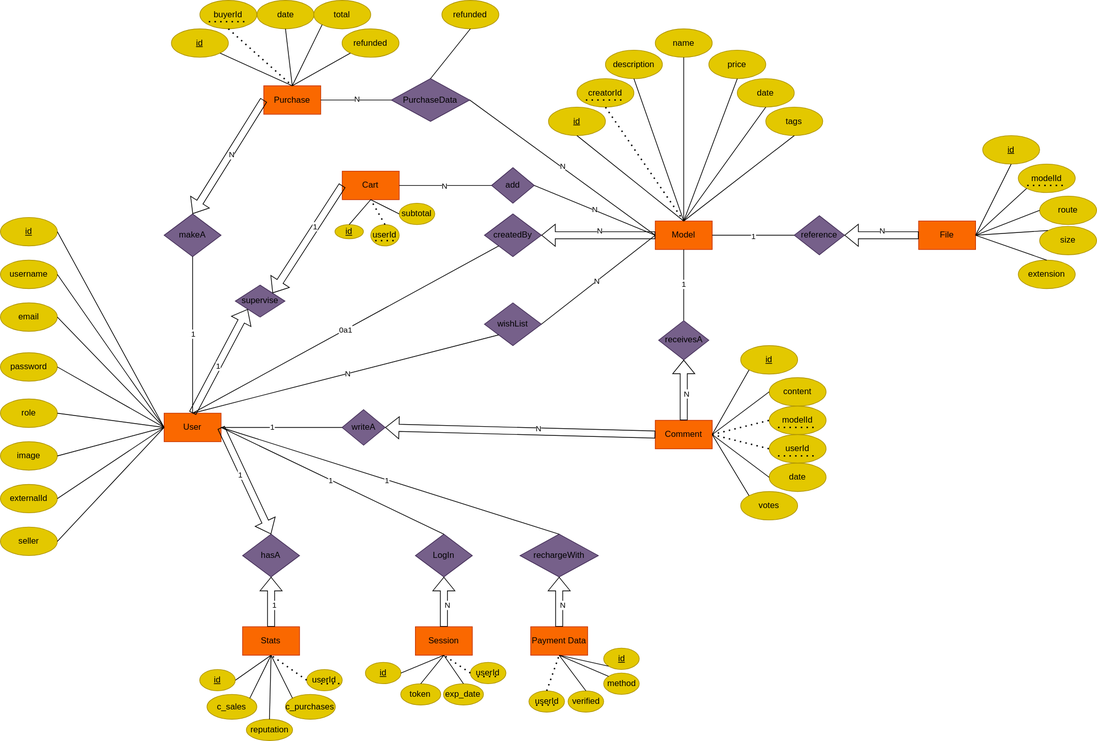
Above: docs/design/tridi.diagrama.svg in IIC2513/Tridi_frontend_26-1 (draw.io), before the change. Source tidied: cells renumbered, new cells last; positions are measured from the earlier drawing's top-left corner, leaving out a move shared by most shapes.
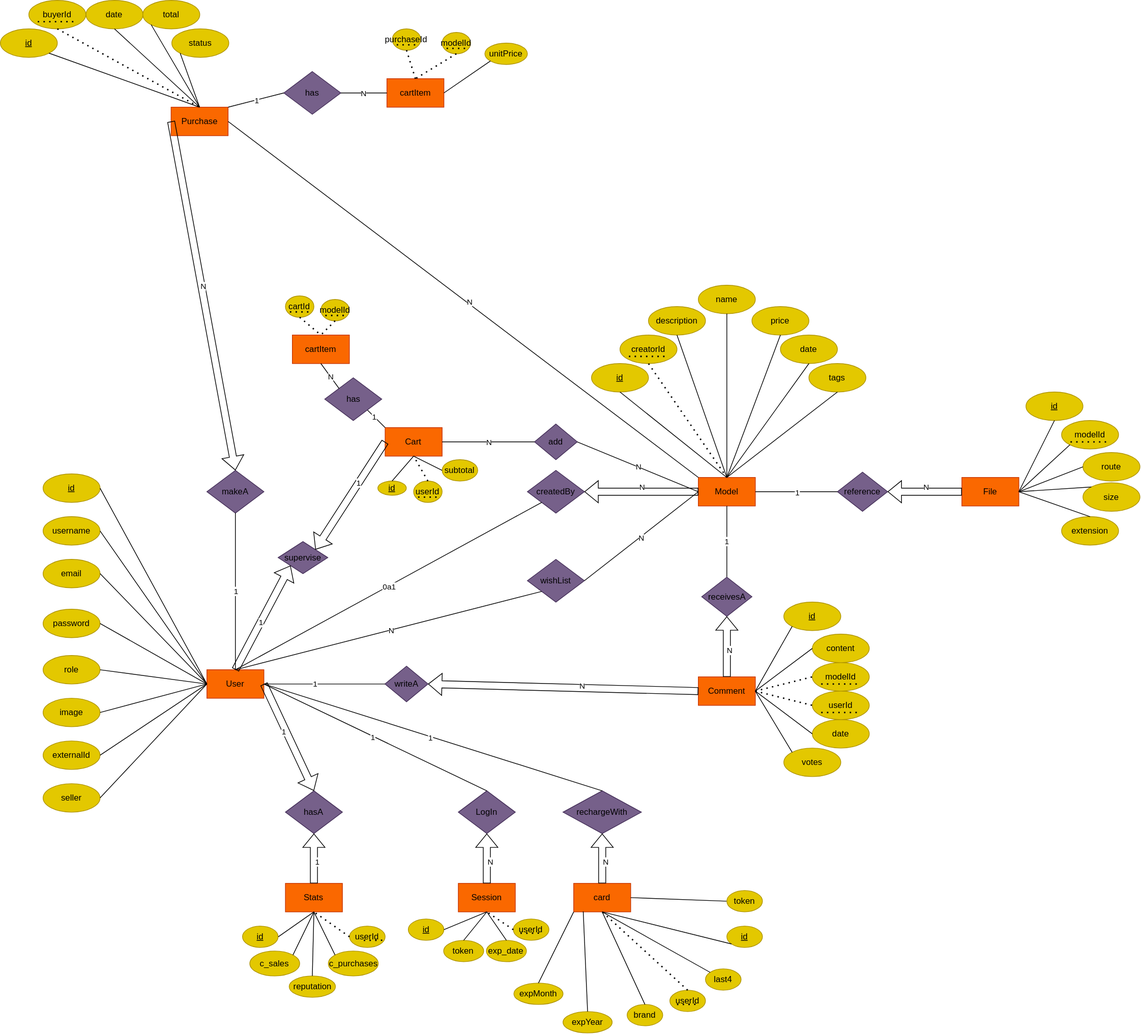
Above is the later version.

Commit message:
chore(docs/E/R): actualizado diagrama E/R

Change to the diagram source:
```diff
@@ -132,7 +132,7 @@
       <mxGeometry x="583" y="880" width="80" height="40" as="geometry" />
     </mxCell>
     <mxCell id="42" value="Purchase" style="rounded=0;whiteSpace=wrap;html=1;fillColor=#fa6800;strokeColor=#C73500;strokeWidth=1;fontColor=#000000;" parent="1" vertex="1">
-      <mxGeometry x="370" y="120" width="80" height="40" as="geometry" />
+      <mxGeometry x="179.8" y="-210" width="80" height="40" as="geometry" />
     </mxCell>
     <mxCell id="43" value="wishList" style="rhombus;whiteSpace=wrap;html=1;fillColor=#76608a;strokeColor=#432D57;fontColor=#000000;" parent="1" vertex="1">
       <mxGeometry x="680" y="425" width="80" height="60" as="geometry" />
@@ -173,9 +173,6 @@
     <mxCell id="55" value="&lt;font color=&quot;#000000&quot;&gt;votes&lt;/font&gt;" style="ellipse;whiteSpace=wrap;html=1;fillColor=#e3c800;strokeColor=#B09500;fontColor=#000000;" parent="1" vertex="1">
       <mxGeometry x="1040" y="690" width="80" height="40" as="geometry" />
     </mxCell>
-    <mxCell id="56" value="PurchaseData" style="rhombus;whiteSpace=wrap;html=1;fillColor=#76608a;strokeColor=#432D57;fontColor=#000000;" parent="1" vertex="1">
-      <mxGeometry x="549.2" y="110" width="110" height="60" as="geometry" />
-    </mxCell>
     <mxCell id="57" value="makeA" style="rhombus;whiteSpace=wrap;html=1;fillColor=#76608a;strokeColor=#432D57;fontColor=#000000;" parent="1" vertex="1">
       <mxGeometry x="230" y="300" width="80" height="60" as="geometry" />
     </mxCell>
@@ -203,18 +200,12 @@
     <mxCell id="65" value="N" style="edgeLabel;html=1;align=center;verticalAlign=middle;" parent="64" vertex="1">
       <mxGeometry x="-0.06" y="2" relative="1" as="geometry" />
     </mxCell>
-    <mxCell id="66" style="endArrow=none;html=1;rounded=0;entryX=0;entryY=0.5;entryDx=0;entryDy=0;exitX=1;exitY=0.5;exitDx=0;exitDy=0;" parent="1" edge="1" source="42" target="56">
+    <mxCell id="66" style="endArrow=none;html=1;rounded=0;entryX=0;entryY=0;entryDx=0;entryDy=0;exitX=1;exitY=0.5;exitDx=0;exitDy=0;" parent="1" edge="1" source="42" target="9">
       <mxGeometry relative="1" as="geometry" />
     </mxCell>
     <mxCell id="67" value="N" style="edgeLabel;html=1;align=center;verticalAlign=middle;" parent="66" vertex="1">
       <mxGeometry x="0.02" y="2" relative="1" as="geometry" />
     </mxCell>
-    <mxCell id="68" style="endArrow=none;html=1;rounded=0;entryX=0;entryY=0.5;entryDx=0;entryDy=0;exitX=1;exitY=0.5;exitDx=0;exitDy=0;" parent="1" edge="1" source="56" target="9">
-      <mxGeometry relative="1" as="geometry" />
-    </mxCell>
-    <mxCell id="69" value="N" style="edgeLabel;html=1;align=center;verticalAlign=middle;" parent="68" vertex="1">
-      <mxGeometry x="-0.01" y="2" relative="1" as="geometry" />
-    </mxCell>
     <mxCell id="70" style="shape=flexArrow;endArrow=classic;html=1;rounded=0;entryX=1;entryY=0.5;entryDx=0;entryDy=0;exitX=0;exitY=0.5;exitDx=0;exitDy=0;" parent="1" edge="1" source="9" target="10">
       <mxGeometry relative="1" as="geometry" />
     </mxCell>
@@ -236,17 +227,17 @@
     <mxCell id="76" value="LogIn" style="rhombus;whiteSpace=wrap;html=1;fillColor=#76608a;strokeColor=#432D57;fontColor=#000000;" parent="1" vertex="1">
       <mxGeometry x="583" y="750" width="80" height="60" as="geometry" />
     </mxCell>
-    <mxCell id="77" value="Payment Data" style="rounded=0;whiteSpace=wrap;html=1;fillColor=#fa6800;strokeColor=#C73500;strokeWidth=1;fontColor=#000000;" parent="1" vertex="1">
+    <mxCell id="77" value="card" style="rounded=0;whiteSpace=wrap;html=1;fillColor=#fa6800;strokeColor=#C73500;strokeWidth=1;fontColor=#000000;" parent="1" vertex="1">
       <mxGeometry x="745" y="880" width="80" height="40" as="geometry" />
     </mxCell>
     <mxCell id="78" value="rechargeWith" style="rhombus;whiteSpace=wrap;html=1;fillColor=#76608a;strokeColor=#432D57;fontColor=#000000;" parent="1" vertex="1">
       <mxGeometry x="730" y="750" width="110" height="60" as="geometry" />
     </mxCell>
     <mxCell id="79" value="&lt;font style=&quot;color: rgb(0, 0, 0);&quot;&gt;&lt;u&gt;id&lt;/u&gt;&lt;/font&gt;" style="ellipse;whiteSpace=wrap;html=1;fillColor=#e3c800;strokeColor=#B09500;fontColor=#000000;" parent="1" vertex="1">
-      <mxGeometry x="240.2" y="40" width="80" height="40" as="geometry" />
+      <mxGeometry x="-60" y="-320" width="80" height="40" as="geometry" />
     </mxCell>
     <mxCell id="80" style="group;" parent="1" vertex="1">
-      <mxGeometry x="280.2" width="80" height="40" as="geometry" />
+      <mxGeometry x="-20" y="-360" width="80" height="40" as="geometry" />
     </mxCell>
     <mxCell id="81" value="&lt;font color=&quot;#000000&quot;&gt;buyerId&lt;/font&gt;" style="ellipse;whiteSpace=wrap;html=1;fillColor=#e3c800;strokeColor=#B09500;fontColor=#000000;perimeterSpacing=0;" parent="80" vertex="1">
       <mxGeometry width="80" height="40" as="geometry" />
@@ -261,10 +252,10 @@
       </mxGeometry>
     </mxCell>
     <mxCell id="83" value="&lt;font color=&quot;#000000&quot;&gt;date&lt;/font&gt;" style="ellipse;whiteSpace=wrap;html=1;fillColor=#e3c800;strokeColor=#B09500;fontColor=#000000;" parent="1" vertex="1">
-      <mxGeometry x="360.5" width="80" height="40" as="geometry" />
+      <mxGeometry x="60.2" y="-360" width="80" height="40" as="geometry" />
     </mxCell>
     <mxCell id="84" value="&lt;font color=&quot;#000000&quot;&gt;total&lt;/font&gt;" style="ellipse;whiteSpace=wrap;html=1;fillColor=#e3c800;strokeColor=#B09500;fontColor=#000000;" parent="1" vertex="1">
-      <mxGeometry x="440.2" width="80" height="40" as="geometry" />
+      <mxGeometry x="140" y="-360" width="80" height="40" as="geometry" />
     </mxCell>
     <mxCell id="85" style="endArrow=none;html=1;rounded=0;entryX=0.5;entryY=0;entryDx=0;entryDy=0;exitX=1;exitY=1;exitDx=0;exitDy=0;" parent="1" edge="1" source="79" target="42">
       <mxGeometry relative="1" as="geometry" />
@@ -318,7 +309,7 @@
       <mxGeometry relative="1" as="geometry" />
     </mxCell>
     <mxCell id="98" value="&lt;font style=&quot;color: rgb(0, 0, 0);&quot;&gt;&lt;u&gt;id&lt;/u&gt;&lt;/font&gt;" style="ellipse;whiteSpace=wrap;html=1;fillColor=#e3c800;strokeColor=#B09500;fontColor=#000000;" parent="1" vertex="1">
-      <mxGeometry x="847.5" y="910" width="50" height="30" as="geometry" />
+      <mxGeometry x="960" y="940" width="50" height="30" as="geometry" />
     </mxCell>
     <mxCell id="99" value="&lt;font style=&quot;color: rgb(0, 0, 0);&quot;&gt;&lt;u&gt;id&lt;/u&gt;&lt;/font&gt;" style="ellipse;whiteSpace=wrap;html=1;fillColor=#e3c800;strokeColor=#B09500;fontColor=#000000;" parent="1" vertex="1">
       <mxGeometry x="280" y="940" width="50" height="30" as="geometry" />
@@ -378,7 +369,7 @@
       <mxGeometry x="2.1" width="56.2" height="30" as="geometry" />
     </mxCell>
     <mxCell id="114" style="group;" parent="1" vertex="1">
-      <mxGeometry x="742.5" y="970" width="80" height="40" as="geometry" />
+      <mxGeometry x="880" y="1030" width="80" height="40" as="geometry" />
     </mxCell>
     <mxCell id="115" value="&lt;font color=&quot;#000000&quot;&gt;userId&lt;/font&gt;" style="ellipse;whiteSpace=wrap;html=1;fillColor=#e3c800;strokeColor=#B09500;fontColor=#000000;perimeterSpacing=0;" parent="114" vertex="1">
       <mxGeometry width="50" height="30" as="geometry" />
@@ -392,11 +383,11 @@
         </Array>
       </mxGeometry>
     </mxCell>
-    <mxCell id="117" value="method" style="ellipse;whiteSpace=wrap;html=1;fillColor=#e3c800;strokeColor=#B09500;fontColor=#000000;" parent="1" vertex="1">
-      <mxGeometry x="847.5" y="945" width="50" height="30" as="geometry" />
+    <mxCell id="117" value="last4" style="ellipse;whiteSpace=wrap;html=1;fillColor=#e3c800;strokeColor=#B09500;fontColor=#000000;" parent="1" vertex="1">
+      <mxGeometry x="930" y="1000" width="50" height="30" as="geometry" />
     </mxCell>
-    <mxCell id="118" value="verified" style="ellipse;whiteSpace=wrap;html=1;fillColor=#e3c800;strokeColor=#B09500;fontColor=#000000;" parent="1" vertex="1">
-      <mxGeometry x="797.5" y="970" width="50" height="30" as="geometry" />
+    <mxCell id="118" value="brand" style="ellipse;whiteSpace=wrap;html=1;fillColor=#e3c800;strokeColor=#B09500;fontColor=#000000;" parent="1" vertex="1">
+      <mxGeometry x="820" y="1050" width="50" height="30" as="geometry" />
     </mxCell>
     <mxCell id="119" style="shape=flexArrow;endArrow=classic;html=1;rounded=0;entryX=0.5;entryY=0;entryDx=0;entryDy=0;exitX=1;exitY=0.5;exitDx=0;exitDy=0;" parent="1" edge="1" source="2" target="22">
       <mxGeometry relative="1" as="geometry" />
@@ -604,17 +595,146 @@
     <mxCell id="182" style="endArrow=none;html=1;rounded=0;entryX=0;entryY=0.5;entryDx=0;entryDy=0;exitX=1;exitY=0.5;exitDx=0;exitDy=0;" parent="1" edge="1" source="165" target="177">
       <mxGeometry relative="1" as="geometry" />
     </mxCell>
-    <mxCell id="183" value="&lt;font color=&quot;#000000&quot;&gt;refunded&lt;/font&gt;" style="ellipse;whiteSpace=wrap;html=1;fillColor=#e3c800;strokeColor=#B09500;fontColor=#000000;" parent="1" vertex="1">
-      <mxGeometry x="480" y="40" width="80" height="40" as="geometry" />
+    <mxCell id="183" value="status" style="ellipse;whiteSpace=wrap;html=1;fillColor=#e3c800;strokeColor=#B09500;fontColor=#000000;" parent="1" vertex="1">
+      <mxGeometry x="180.8" y="-320" width="80" height="40" as="geometry" />
     </mxCell>
     <mxCell id="184" style="endArrow=none;html=1;rounded=0;entryX=0;entryY=1;entryDx=0;entryDy=0;exitX=0.5;exitY=0;exitDx=0;exitDy=0;" parent="1" edge="1" source="42" target="183">
       <mxGeometry relative="1" as="geometry" />
     </mxCell>
-    <mxCell id="185" value="&lt;font color=&quot;#000000&quot;&gt;refunded&lt;/font&gt;" style="ellipse;whiteSpace=wrap;html=1;fillColor=#e3c800;strokeColor=#B09500;fontColor=#000000;" parent="1" vertex="1">
-      <mxGeometry x="620.2" width="80" height="40" as="geometry" />
-    </mxCell>
-    <mxCell id="186" style="endArrow=none;html=1;rounded=0;entryX=0.5;entryY=1;entryDx=0;entryDy=0;exitX=0.5;exitY=0;exitDx=0;exitDy=0;" parent="1" edge="1" source="56" target="185">
-      <mxGeometry relative="1" as="geometry" />
-    </mxCell>
+    <mxCell id="187" value="cartItem" style="rounded=0;whiteSpace=wrap;html=1;fillColor=#fa6800;strokeColor=#C73500;strokeWidth=1;fontColor=#000000;" parent="1" vertex="1">
+      <mxGeometry x="350" y="110" width="80" height="40" as="geometry" />
+    </mxCell>
+    <mxCell id="188" style="endArrow=none;html=1;rounded=0;entryX=0;entryY=0.5;entryDx=0;entryDy=0;" parent="1" edge="1">
+      <mxGeometry relative="1" as="geometry">
+        <mxPoint x="450" y="210" as="sourcePoint" />
+        <mxPoint x="480.2" y="240" as="targetPoint" />
+      </mxGeometry>
+    </mxCell>
+    <mxCell id="189" value="1" style="edgeLabel;html=1;align=center;verticalAlign=middle;" parent="188" vertex="1">
+      <mxGeometry x="-0.01" relative="1" as="geometry" />
+    </mxCell>
+    <mxCell id="190" value="has" style="rhombus;whiteSpace=wrap;html=1;fillColor=#76608a;strokeColor=#432D57;fontColor=#000000;" parent="1" vertex="1">
+      <mxGeometry x="395.5" y="170" width="80" height="60" as="geometry" />
+    </mxCell>
+    <mxCell id="191" style="endArrow=none;html=1;rounded=0;entryX=0;entryY=0;entryDx=0;entryDy=0;exitX=0.5;exitY=1;exitDx=0;exitDy=0;" parent="1" edge="1" source="187" target="190">
+      <mxGeometry relative="1" as="geometry" />
+    </mxCell>
+    <mxCell id="192" value="N" style="edgeLabel;html=1;align=center;verticalAlign=middle;" parent="191" vertex="1">
+      <mxGeometry x="-0.01" relative="1" as="geometry" />
+    </mxCell>
+    <mxCell id="193" style="group;" parent="1" vertex="1">
+      <mxGeometry x="340.2" y="55" width="40" height="30" as="geometry" />
+    </mxCell>
+    <mxCell id="194" value="&lt;font color=&quot;#000000&quot;&gt;cartId&lt;/font&gt;" style="ellipse;whiteSpace=wrap;html=1;fillColor=#e3c800;strokeColor=#B09500;fontColor=#000000;perimeterSpacing=0;" parent="193" vertex="1">
+      <mxGeometry width="40" height="30" as="geometry" />
+    </mxCell>
+    <mxCell id="195" style="endArrow=none;dashed=1;html=1;dashPattern=1 3;strokeWidth=2;rounded=0;fontColor=default;labelBackgroundColor=none;strokeColor=#000000;" parent="193" edge="1">
+      <mxGeometry relative="1" as="geometry">
+        <mxPoint x="6.2" y="22.5" as="sourcePoint" />
+        <mxPoint x="33.8" y="22.5" as="targetPoint" />
+        <Array as="points">
+          <mxPoint x="25" y="22.5" />
+        </Array>
+      </mxGeometry>
+    </mxCell>
+    <mxCell id="196" style="endArrow=none;dashed=1;html=1;dashPattern=1 3;strokeWidth=2;rounded=0;entryX=0.5;entryY=0;entryDx=0;entryDy=0;exitX=0.5;exitY=1;exitDx=0;exitDy=0;" parent="1" edge="1" source="194" target="187">
+      <mxGeometry relative="1" as="geometry" />
+    </mxCell>
+    <mxCell id="197" style="group;" parent="1" vertex="1">
+      <mxGeometry x="390" y="60" width="40" height="30" as="geometry" />
+    </mxCell>
+    <mxCell id="198" value="modelId" style="ellipse;whiteSpace=wrap;html=1;fillColor=#e3c800;strokeColor=#B09500;fontColor=#000000;perimeterSpacing=0;" parent="197" vertex="1">
+      <mxGeometry width="40" height="30" as="geometry" />
+    </mxCell>
+    <mxCell id="199" style="endArrow=none;dashed=1;html=1;dashPattern=1 3;strokeWidth=2;rounded=0;fontColor=default;labelBackgroundColor=none;strokeColor=#000000;" parent="197" edge="1">
+      <mxGeometry relative="1" as="geometry">
+        <mxPoint x="6.2" y="22.5" as="sourcePoint" />
+        <mxPoint x="33.8" y="22.5" as="targetPoint" />
+        <Array as="points">
+          <mxPoint x="25" y="22.5" />
+        </Array>
+      </mxGeometry>
+    </mxCell>
+    <mxCell id="200" style="endArrow=none;dashed=1;html=1;dashPattern=1 3;strokeWidth=2;rounded=0;exitX=0.5;exitY=1;exitDx=0;exitDy=0;entryX=0.5;entryY=0;entryDx=0;entryDy=0;" parent="1" edge="1" source="198" target="187">
+      <mxGeometry relative="1" as="geometry" />
+    </mxCell>
+    <mxCell id="201" value="cartItem" style="rounded=0;whiteSpace=wrap;html=1;fillColor=#fa6800;strokeColor=#C73500;strokeWidth=1;fontColor=#000000;" parent="1" vertex="1">
+      <mxGeometry x="482.8" y="-250" width="80" height="40" as="geometry" />
+    </mxCell>
+    <mxCell id="202" style="group;" parent="1" vertex="1">
+      <mxGeometry x="490.2" y="-320" width="40" height="30" as="geometry" />
+    </mxCell>
+    <mxCell id="203" value="&lt;font color=&quot;#000000&quot;&gt;purchaseId&lt;/font&gt;" style="ellipse;whiteSpace=wrap;html=1;fillColor=#e3c800;strokeColor=#B09500;fontColor=#000000;perimeterSpacing=0;" parent="202" vertex="1">
+      <mxGeometry width="40" height="30" as="geometry" />
+    </mxCell>
+    <mxCell id="204" style="endArrow=none;dashed=1;html=1;dashPattern=1 3;strokeWidth=2;rounded=0;fontColor=default;labelBackgroundColor=none;strokeColor=#000000;" parent="202" edge="1">
+      <mxGeometry relative="1" as="geometry">
+        <mxPoint x="6.2" y="22.5" as="sourcePoint" />
+        <mxPoint x="33.8" y="22.5" as="targetPoint" />
+        <Array as="points">
+          <mxPoint x="25" y="22.5" />
+        </Array>
+      </mxGeometry>
+    </mxCell>
+    <mxCell id="205" style="endArrow=none;dashed=1;html=1;dashPattern=1 3;strokeWidth=2;rounded=0;entryX=0.5;entryY=0;entryDx=0;entryDy=0;exitX=0.5;exitY=1;exitDx=0;exitDy=0;" parent="1" edge="1" source="203" target="201">
+      <mxGeometry relative="1" as="geometry" />
+    </mxCell>
+    <mxCell id="206" style="group;" parent="1" vertex="1">
+      <mxGeometry x="560.2" y="-315" width="40" height="30" as="geometry" />
+    </mxCell>
+    <mxCell id="207" value="modelId" style="ellipse;whiteSpace=wrap;html=1;fillColor=#e3c800;strokeColor=#B09500;fontColor=#000000;perimeterSpacing=0;" parent="206" vertex="1">
+      <mxGeometry width="40" height="30" as="geometry" />
+    </mxCell>
+    <mxCell id="208" style="endArrow=none;dashed=1;html=1;dashPattern=1 3;strokeWidth=2;rounded=0;fontColor=default;labelBackgroundColor=none;strokeColor=#000000;" parent="206" edge="1">
+      <mxGeometry relative="1" as="geometry">
+        <mxPoint x="6.2" y="22.5" as="sourcePoint" />
+        <mxPoint x="33.8" y="22.5" as="targetPoint" />
+        <Array as="points">
+          <mxPoint x="25" y="22.5" />
+        </Array>
+      </mxGeometry>
+    </mxCell>
+    <mxCell id="209" style="endArrow=none;dashed=1;html=1;dashPattern=1 3;strokeWidth=2;rounded=0;exitX=0.5;exitY=1;exitDx=0;exitDy=0;entryX=0.5;entryY=0;entryDx=0;entryDy=0;" parent="1" edge="1" source="207" target="201">
+      <mxGeometry relative="1" as="geometry" />
+    </mxCell>
+    <mxCell id="210" value="has" style="rhombus;whiteSpace=wrap;html=1;fillColor=#76608a;strokeColor=#432D57;fontColor=#000000;" parent="1" vertex="1">
+      <mxGeometry x="338" y="-260" width="80" height="60" as="geometry" />
+    </mxCell>
+    <mxCell id="211" style="endArrow=none;html=1;rounded=0;entryX=0;entryY=0.5;entryDx=0;entryDy=0;exitX=1;exitY=0.5;exitDx=0;exitDy=0;" parent="1" edge="1" source="210" target="201">
+      <mxGeometry relative="1" as="geometry" />
+    </mxCell>
+    <mxCell id="212" value="N" style="edgeLabel;html=1;align=center;verticalAlign=middle;" parent="211" vertex="1">
+      <mxGeometry x="-0.01" relative="1" as="geometry" />
+    </mxCell>
+    <mxCell id="213" style="endArrow=none;html=1;rounded=0;entryX=1;entryY=0;entryDx=0;entryDy=0;exitX=0;exitY=0.5;exitDx=0;exitDy=0;" parent="1" edge="1" source="210" target="42">
+      <mxGeometry relative="1" as="geometry" />
+    </mxCell>
+    <mxCell id="214" value="1" style="edgeLabel;html=1;align=center;verticalAlign=middle;" parent="213" vertex="1">
+      <mxGeometry x="-0.01" relative="1" as="geometry" />
+    </mxCell>
+    <mxCell id="215" value="unitPrice" style="ellipse;whiteSpace=wrap;html=1;fillColor=#e3c800;strokeColor=#B09500;fontColor=#000000;" parent="1" vertex="1">
+      <mxGeometry x="620.2" y="-300" width="59.8" height="30" as="geometry" />
+    </mxCell>
+    <mxCell id="216" style="endArrow=none;html=1;rounded=0;entryX=1;entryY=0.5;entryDx=0;entryDy=0;exitX=0;exitY=1;exitDx=0;exitDy=0;" parent="1" edge="1" source="215" target="201">
+      <mxGeometry relative="1" as="geometry" />
+    </mxCell>
+    <mxCell id="217" style="endArrow=none;html=1;rounded=0;entryX=1;entryY=0.5;entryDx=0;entryDy=0;exitX=0;exitY=0.5;exitDx=0;exitDy=0;" parent="1" edge="1" source="218" target="77">
+      <mxGeometry relative="1" as="geometry" />
+    </mxCell>
+    <mxCell id="218" value="token" style="ellipse;whiteSpace=wrap;html=1;fillColor=#e3c800;strokeColor=#B09500;fontColor=#000000;" parent="1" vertex="1">
+      <mxGeometry x="960" y="890" width="50" height="30" as="geometry" />
+    </mxCell>
+    <mxCell id="219" value="expMonth" style="ellipse;whiteSpace=wrap;html=1;fillColor=#e3c800;strokeColor=#B09500;fontColor=#000000;" parent="1" vertex="1">
+      <mxGeometry x="661" y="1020" width="69" height="30" as="geometry" />
+    </mxCell>
+    <mxCell id="220" value="expYear" style="ellipse;whiteSpace=wrap;html=1;fillColor=#e3c800;strokeColor=#B09500;fontColor=#000000;" parent="1" vertex="1">
+      <mxGeometry x="730" y="1060" width="69" height="30" as="geometry" />
+    </mxCell>
+    <mxCell id="221" style="endArrow=none;html=1;rounded=0;entryX=0;entryY=1;entryDx=0;entryDy=0;exitX=0.5;exitY=0;exitDx=0;exitDy=0;" parent="1" edge="1" source="219" target="77">
+      <mxGeometry relative="1" as="geometry" />
+    </mxCell>
+    <mxCell id="222" style="endArrow=none;html=1;rounded=0;entryX=0.167;entryY=0.983;entryDx=0;entryDy=0;entryPerimeter=0;exitX=0.5;exitY=0;exitDx=0;exitDy=0;" parent="1" edge="1" source="220" target="77">
+      <mxGeometry relative="1" as="geometry" />
+    </mxCell>
   </root>
 </mxGraphModel>
```
